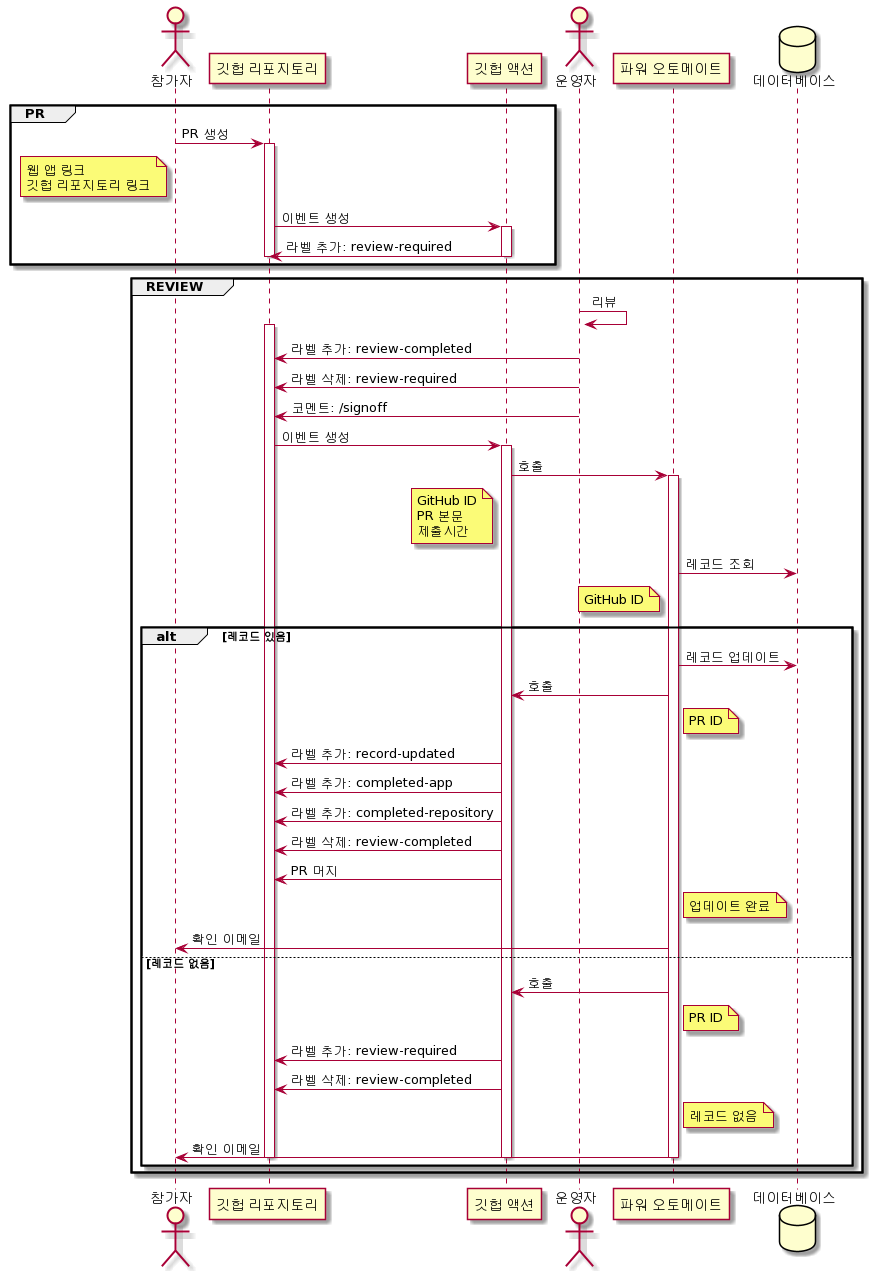
devrel-kr/HackaLearn keeps this PlantUML diagram as processes/challenge-repo.png. Above is the earlier version.
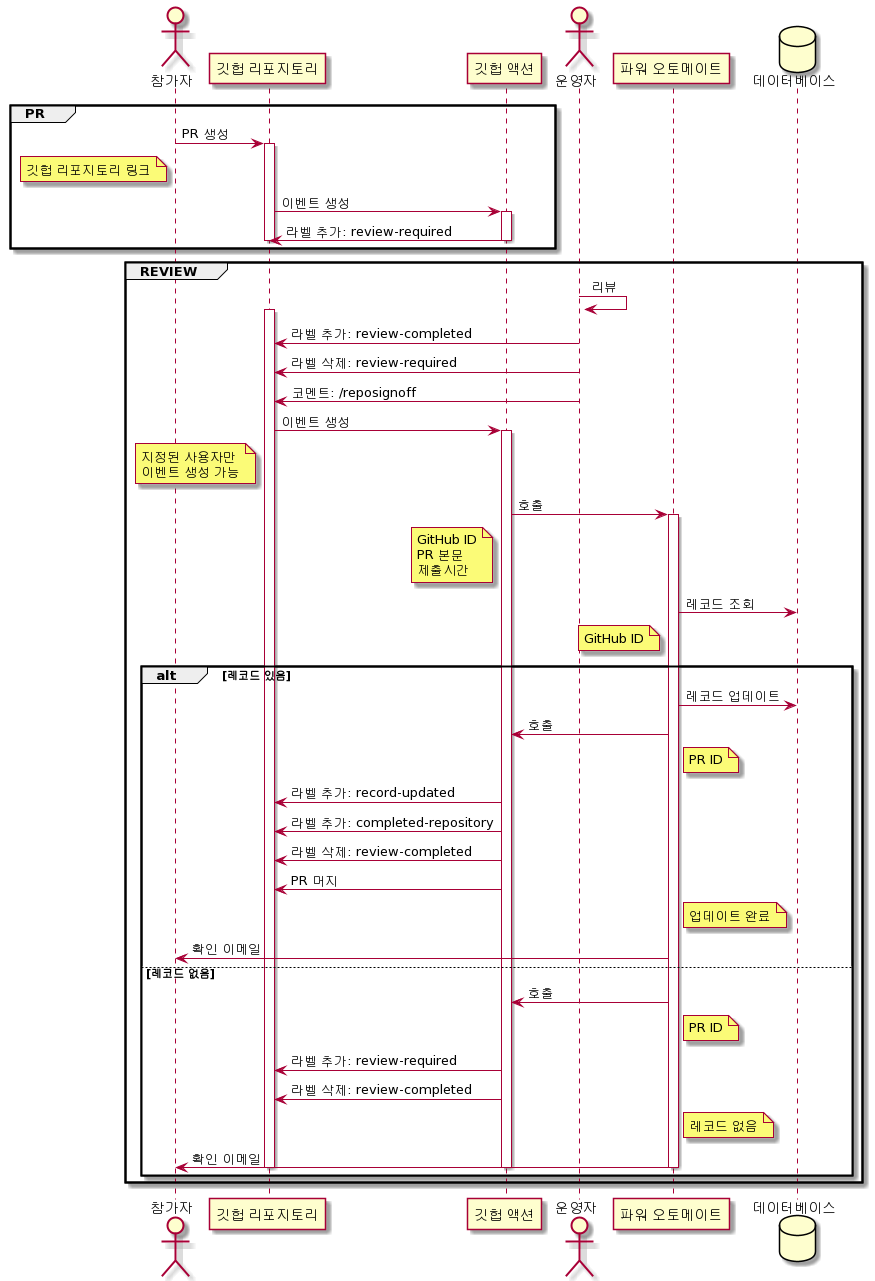
Later version of the same file.

The edit, as a diff of the source:
```diff
@@ -9,7 +9,6 @@
 group PR
     P -> REPO: PR 생성
     note left of P
-        웹 앱 링크
         깃헙 리포지토리 링크
     end note
 
@@ -27,8 +26,12 @@
     activate REPO
     OP -> REPO: 라벨 추가: review-completed
     OP -> REPO: 라벨 삭제: review-required
-    OP -> REPO: 코멘트: /signoff
+    OP -> REPO: 코멘트: /reposignoff
     REPO -> GHA: 이벤트 생성
+    note left of REPO
+        지정된 사용자만
+        이벤트 생성 가능
+    end note
 
     activate GHA
     GHA -> PA: 호출
@@ -51,7 +54,6 @@
             PR ID
         end note
         GHA -> REPO: 라벨 추가: record-updated
-        GHA -> REPO: 라벨 추가: completed-app
         GHA -> REPO: 라벨 추가: completed-repository
         GHA -> REPO: 라벨 삭제: review-completed
         GHA -> REPO: PR 머지
```
